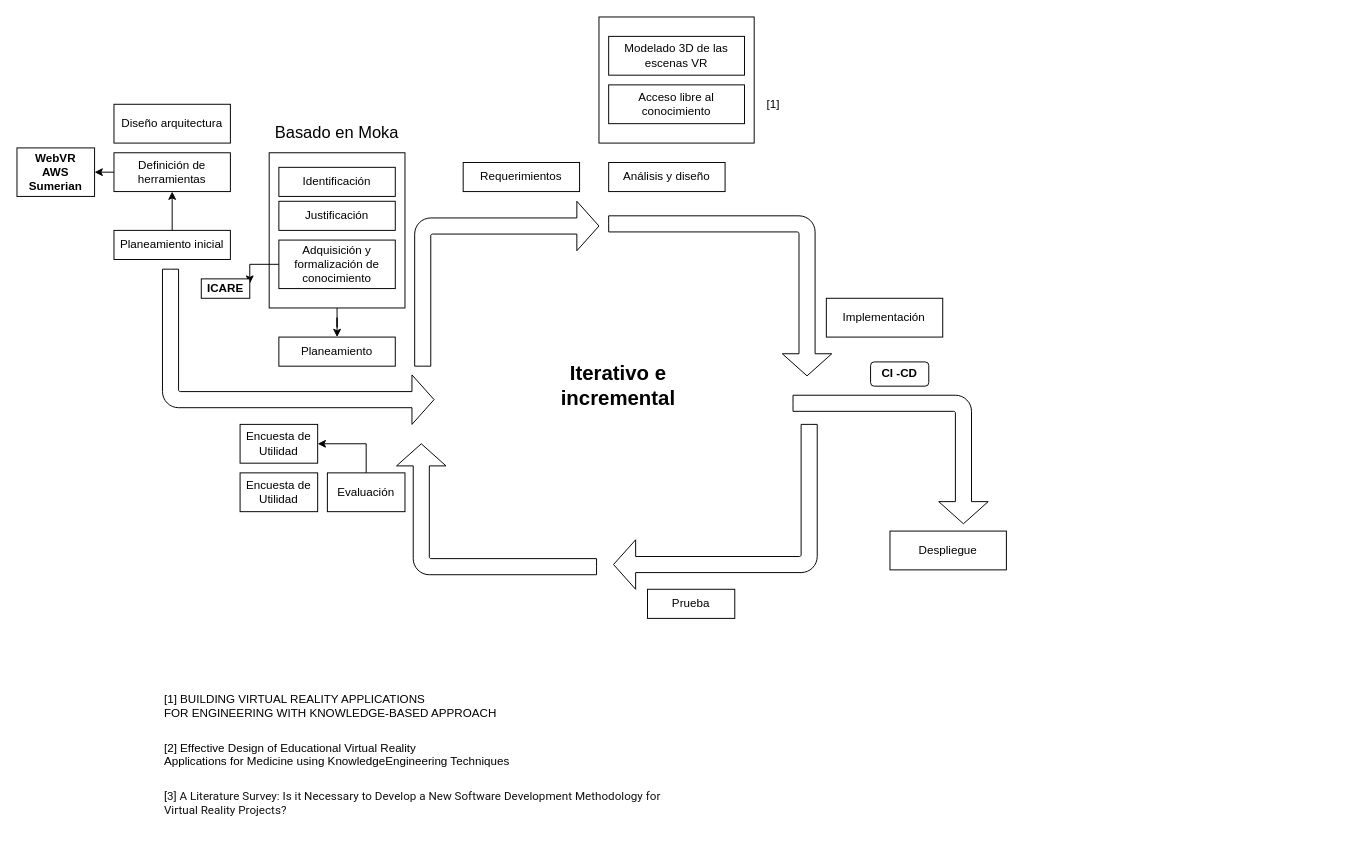
Before: Untitled Diagram.drawio in AlexisHolyoak/academy, a draw.io diagram. Source tidied: cells renumbered, new cells numbered last; positions are measured from the earlier drawing's top-left corner, leaving out a move shared by most shapes. Both pictures are drawn from the tidied source at 97%, with x=0, y=0 at pixel (16, 16).
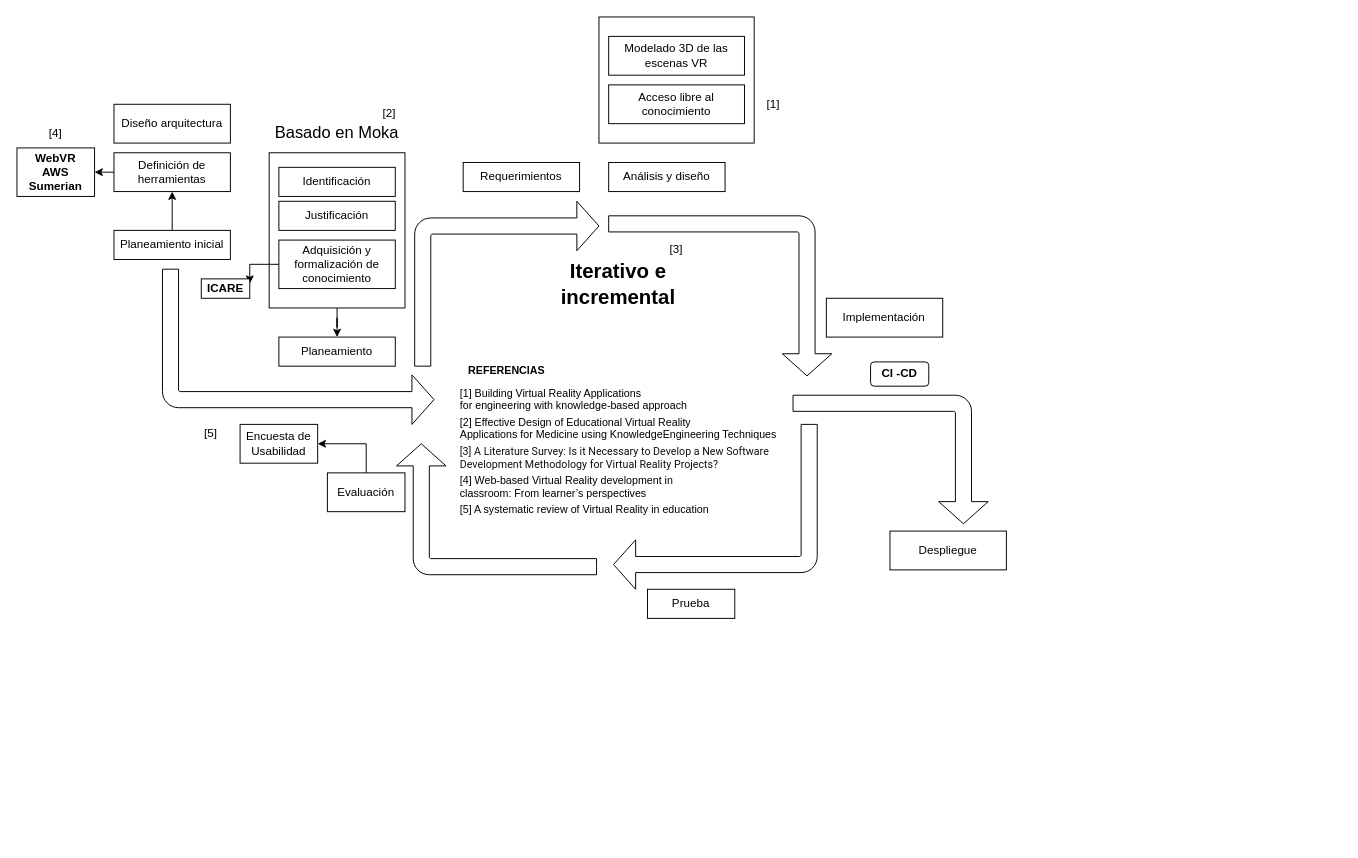
The same diagram, later.

Change to the diagram source:
```diff
@@
+    <mxCell id="41" value="[5] A systematic review of Virtual Reality in education" style="text;whiteSpace=wrap;html=1;fontSize=11;" parent="1" vertex="1">
+      <mxGeometry x="455" y="495" width="290" height="30" as="geometry" />
+    </mxCell>
+    <mxCell id="40" value="&lt;h1 class=&quot;nova-e-text nova-e-text--size-xl nova-e-text--family-sans-serif nova-e-text--spacing-none nova-e-text--color-grey-900 research-detail-header-section__title&quot; style=&quot;margin-top: 0px; color: rgb(17, 17, 17); font-weight: 400; font-family: roboto, arial, sans-serif; font-size: 11px; line-height: 1.2; margin-bottom: 0px; padding: 10px 0px 5px; font-style: normal; letter-spacing: normal; text-align: left; text-indent: 0px; text-transform: none; word-spacing: 0px; background-color: rgb(255, 255, 255);&quot;&gt;[3] A Literature Survey: Is it Necessary to Develop a New Software Development Methodology for Virtual Reality Projects?&lt;/h1&gt;" style="text;whiteSpace=wrap;html=1;fontSize=11;" parent="1" vertex="1">
+      <mxGeometry x="455" y="425" width="350" height="50" as="geometry" />
+    </mxCell>
@@
     <mxCell id="13" value="Iterativo e incremental" style="text;html=1;strokeColor=none;fillColor=none;align=center;verticalAlign=middle;whiteSpace=wrap;rounded=0;fontStyle=1;fontSize=21;" parent="1" vertex="1">
-      <mxGeometry x="520" y="370" width="200" height="20" as="geometry" />
+      <mxGeometry x="520" y="265" width="200" height="20" as="geometry" />
     </mxCell>
@@
-    <mxCell id="28" value="Encuesta de Utilidad" style="rounded=0;whiteSpace=wrap;html=1;" parent="1" vertex="1">
+    <mxCell id="28" value="Encuesta de Usabilidad" style="rounded=0;whiteSpace=wrap;html=1;" parent="1" vertex="1">
       <mxGeometry x="230" y="420" width="80" height="40" as="geometry" />
     </mxCell>
@@
-    <mxCell id="36" value="[1] BUILDING VIRTUAL REALITY APPLICATIONS&lt;br&gt;FOR ENGINEERING WITH KNOWLEDGE-BASED APPROACH" style="text;whiteSpace=wrap;html=1;" parent="1" vertex="1">
-      <mxGeometry x="150" y="690" width="910" height="40" as="geometry" />
+    <mxCell id="36" value="[1] Building Virtual Reality Applications&lt;br style=&quot;font-size: 11px&quot;&gt;for engineering with knowledge-based approach" style="text;whiteSpace=wrap;html=1;fontSize=11;" parent="1" vertex="1">
+      <mxGeometry x="455" y="375" width="910" height="40" as="geometry" />
     </mxCell>
@@
-    <mxCell id="38" value="[2] Effective Design of Educational Virtual Reality&lt;br&gt;Applications for Medicine using KnowledgeEngineering Techniques" style="text;whiteSpace=wrap;html=1;" parent="1" vertex="1">
-      <mxGeometry x="150" y="740" width="380" height="40" as="geometry" />
+    <mxCell id="38" value="[2] Effective Design of Educational Virtual Reality&lt;br style=&quot;font-size: 11px;&quot;&gt;Applications for Medicine using KnowledgeEngineering Techniques" style="text;whiteSpace=wrap;html=1;fontSize=11;" parent="1" vertex="1">
+      <mxGeometry x="455" y="405" width="380" height="40" as="geometry" />
     </mxCell>
-    <mxCell id="39" value="Encuesta de Utilidad" style="rounded=0;whiteSpace=wrap;html=1;" parent="1" vertex="1">
-      <mxGeometry x="230" y="470" width="80" height="40" as="geometry" />
-    </mxCell>
-    <mxCell id="40" value="&lt;h1 class=&quot;nova-e-text nova-e-text--size-xl nova-e-text--family-sans-serif nova-e-text--spacing-none nova-e-text--color-grey-900 research-detail-header-section__title&quot; style=&quot;margin-top: 0px ; color: rgb(17 , 17 , 17) ; font-weight: 400 ; font-family: &amp;#34;roboto&amp;#34; , &amp;#34;arial&amp;#34; , sans-serif ; font-size: 12px ; line-height: 1.2 ; margin-bottom: 0px ; padding: 10px 0px 5px ; font-style: normal ; letter-spacing: normal ; text-align: left ; text-indent: 0px ; text-transform: none ; word-spacing: 0px ; background-color: rgb(255 , 255 , 255)&quot;&gt;[3] A Literature Survey: Is it Necessary to Develop a New Software Development Methodology for Virtual Reality Projects?&lt;/h1&gt;" style="text;whiteSpace=wrap;html=1;fontSize=12;" parent="1" vertex="1">
-      <mxGeometry x="150" y="780" width="550" height="70" as="geometry" />
-    </mxCell>
+    <mxCell id="42" value="[3]" style="text;html=1;strokeColor=none;fillColor=none;align=center;verticalAlign=middle;whiteSpace=wrap;rounded=0;" parent="1" vertex="1">
+      <mxGeometry x="660" y="230" width="40" height="20" as="geometry" />
+    </mxCell>
+    <mxCell id="43" value="[2]" style="text;html=1;strokeColor=none;fillColor=none;align=center;verticalAlign=middle;whiteSpace=wrap;rounded=0;" parent="1" vertex="1">
+      <mxGeometry x="364" y="90" width="40" height="20" as="geometry" />
+    </mxCell>
+    <mxCell id="44" value="[4] Web-based Virtual Reality development in&lt;br style=&quot;font-size: 11px;&quot;&gt;classroom: From learner’s perspectives" style="text;whiteSpace=wrap;html=1;fontSize=11;" parent="1" vertex="1">
+      <mxGeometry x="455" y="465" width="250" height="40" as="geometry" />
+    </mxCell>
+    <mxCell id="45" value="REFERENCIAS" style="text;html=1;strokeColor=none;fillColor=none;align=center;verticalAlign=middle;whiteSpace=wrap;rounded=0;fontSize=11;fontStyle=1;" parent="1" vertex="1">
+      <mxGeometry x="485" y="355" width="40" height="20" as="geometry" />
+    </mxCell>
+    <mxCell id="46" value="[4]" style="text;html=1;strokeColor=none;fillColor=none;align=center;verticalAlign=middle;whiteSpace=wrap;rounded=0;" parent="1" vertex="1">
+      <mxGeometry x="20" y="110" width="40" height="20" as="geometry" />
+    </mxCell>
+    <mxCell id="47" value="[5]" style="text;html=1;strokeColor=none;fillColor=none;align=center;verticalAlign=middle;whiteSpace=wrap;rounded=0;" parent="1" vertex="1">
+      <mxGeometry x="180" y="420" width="40" height="20" as="geometry" />
+    </mxCell>
```
